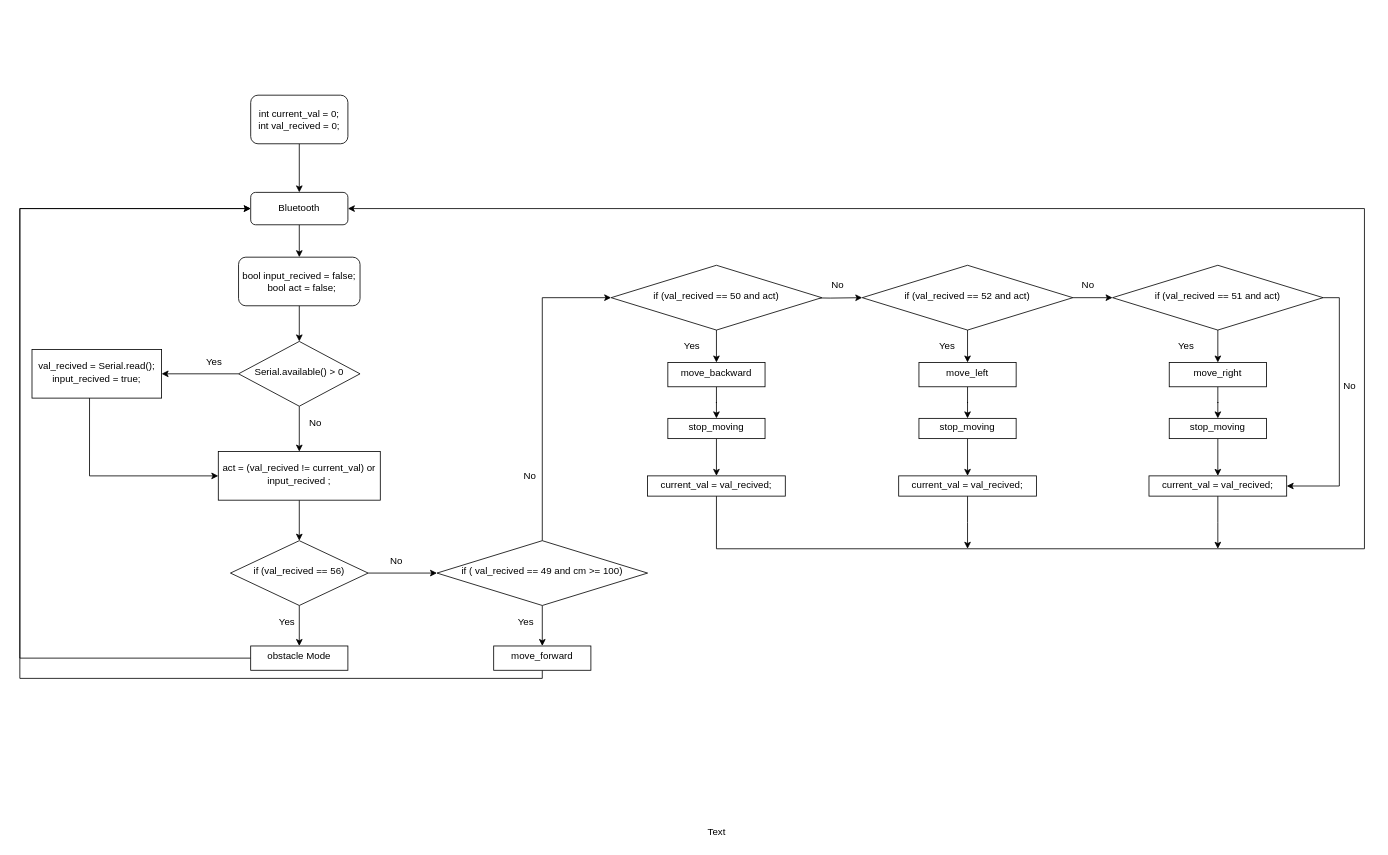
Earlier version of the draw.io diagram page "Bluetooth" (1 of 2) of FlowChart.drawio (akshaykalia-chd/Bluetooth_Obstacle). Source tidied: cells renumbered, new cells numbered last; positions are measured from the earlier drawing's top-left corner, leaving out a move shared by most shapes. Both pictures are drawn from the tidied source at 81%, with x=0, y=0 at pixel (19, 95).
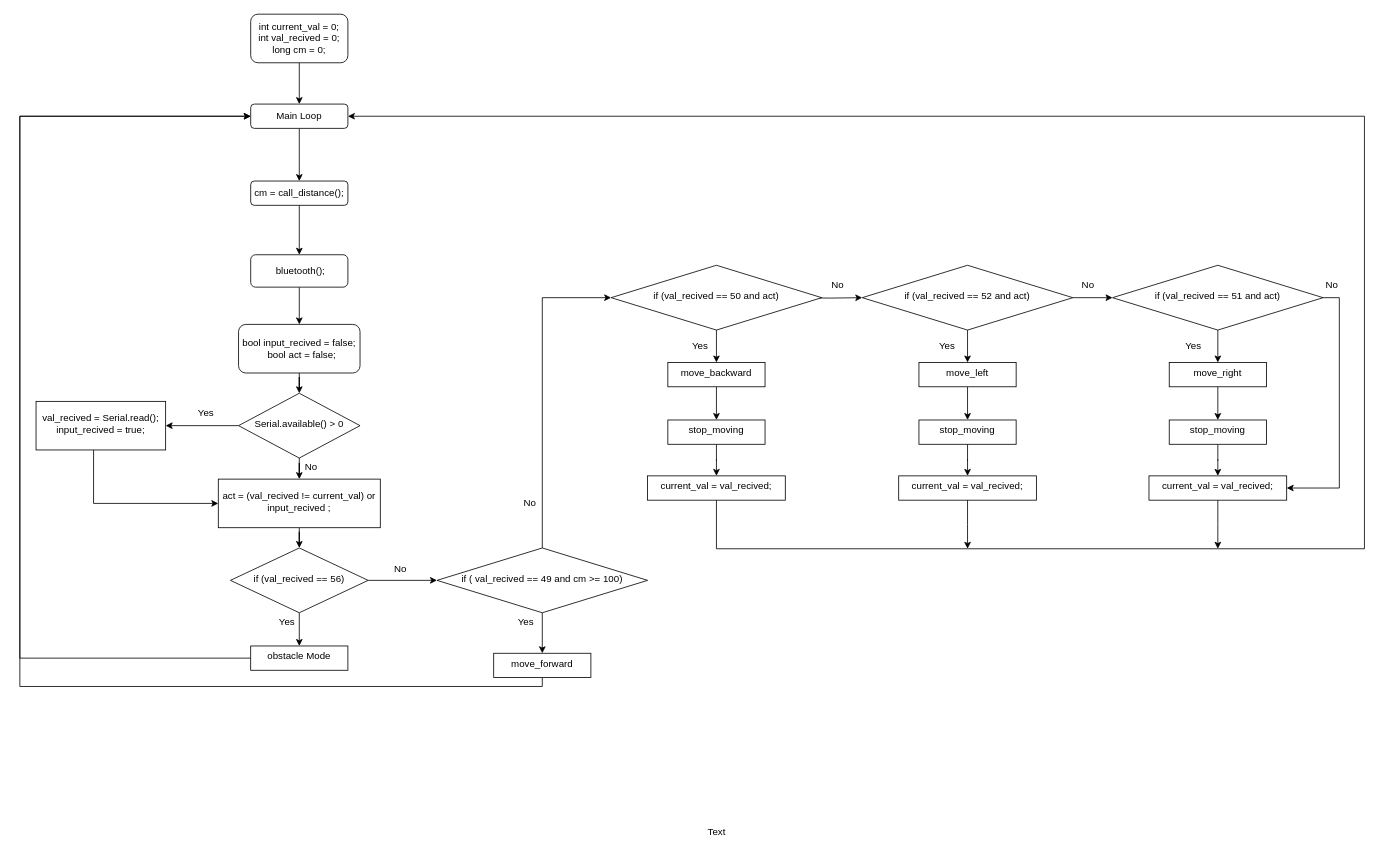
The same page after the edit.

Commit message (it also covers changes not shown here):
Adds Key map and Flow charts

Unchanged cells that the change refers to:
```xml
<mxCell id="21" value="obstacle Mode" style="whiteSpace=wrap;html=1;shadow=0;strokeWidth=1;spacing=6;spacingTop=-4;" parent="1" vertex="1">
  <mxGeometry x="285" y="680" width="120" height="30" as="geometry" />
</mxCell>
```

What changed in the source:
```diff
@@
-    <mxCell id="3" value="Bluetooth" style="rounded=1;whiteSpace=wrap;html=1;fontSize=12;glass=0;strokeWidth=1;shadow=0;" parent="1" vertex="1">
-      <mxGeometry x="285" y="120" width="120" height="40" as="geometry" />
+    <mxCell id="3" value="&amp;nbsp;bluetooth();" style="rounded=1;whiteSpace=wrap;html=1;fontSize=12;glass=0;strokeWidth=1;shadow=0;" parent="1" vertex="1">
+      <mxGeometry x="285" y="197" width="120" height="40" as="geometry" />
     </mxCell>
@@
     <mxCell id="6" value="Serial.available() &amp;gt; 0" style="rhombus;whiteSpace=wrap;html=1;shadow=0;fontFamily=Helvetica;fontSize=12;align=center;strokeWidth=1;spacing=6;spacingTop=-4;" parent="1" vertex="1">
-      <mxGeometry x="270" y="304" width="150" height="80" as="geometry" />
+      <mxGeometry x="270" y="368" width="150" height="80" as="geometry" />
     </mxCell>
@@
     <mxCell id="8" value="&lt;div&gt;bool input_recived = false;&lt;/div&gt;&lt;div&gt;&amp;nbsp; bool act = false;&lt;/div&gt;" style="whiteSpace=wrap;html=1;rounded=1;shadow=0;strokeWidth=1;glass=0;" parent="1" vertex="1">
-      <mxGeometry x="270" y="200" width="150" height="60" as="geometry" />
+      <mxGeometry x="270" y="283" width="150" height="60" as="geometry" />
     </mxCell>
@@
     <mxCell id="10" value="val_recived = Serial.read();&lt;br&gt;input_recived = true;" style="whiteSpace=wrap;html=1;shadow=0;strokeWidth=1;spacing=6;spacingTop=-4;" parent="1" vertex="1">
-      <mxGeometry x="15" y="314" width="160" height="60" as="geometry" />
+      <mxGeometry x="20" y="378" width="160" height="60" as="geometry" />
     </mxCell>
@@
     <mxCell id="12" value="act = (val_recived != current_val) or input_recived ;" style="whiteSpace=wrap;html=1;shadow=0;strokeWidth=1;spacing=6;spacingTop=-4;" parent="1" vertex="1">
-      <mxGeometry x="245" y="440" width="200" height="60" as="geometry" />
+      <mxGeometry x="245" y="474" width="200" height="60" as="geometry" />
     </mxCell>
     <mxCell id="13" value="Yes" style="text;html=1;strokeColor=none;fillColor=none;align=center;verticalAlign=middle;whiteSpace=wrap;rounded=0;" parent="1" vertex="1">
-      <mxGeometry x="210" y="314" width="60" height="30" as="geometry" />
+      <mxGeometry x="200" y="378" width="60" height="30" as="geometry" />
     </mxCell>
     <mxCell id="14" value="No" style="text;html=1;strokeColor=none;fillColor=none;align=center;verticalAlign=middle;whiteSpace=wrap;rounded=0;" parent="1" vertex="1">
-      <mxGeometry x="335" y="390" width="60" height="30" as="geometry" />
+      <mxGeometry x="330" y="444" width="60" height="30" as="geometry" />
     </mxCell>
-    <mxCell id="15" style="edgeStyle=orthogonalEdgeStyle;rounded=0;jettySize=auto;html=1;" parent="1" edge="1" source="16" target="3">
-      <mxGeometry relative="1" as="geometry" />
-    </mxCell>
+    <mxCell id="65" style="edgeStyle=orthogonalEdgeStyle;rounded=0;jettySize=auto;html=1;" parent="1" edge="1" source="16" target="68">
+      <mxGeometry relative="1" as="geometry" />
+    </mxCell>
-    <mxCell id="16" value="int current_val = 0;&lt;br&gt;int val_recived = 0;" style="whiteSpace=wrap;html=1;rounded=1;shadow=0;strokeWidth=1;glass=0;" parent="1" vertex="1">
-      <mxGeometry x="285" width="120" height="60" as="geometry" />
+    <mxCell id="16" value="int current_val = 0;&lt;br&gt;int val_recived = 0;&lt;br&gt;long cm = 0;" style="whiteSpace=wrap;html=1;rounded=1;shadow=0;strokeWidth=1;glass=0;" parent="1" vertex="1">
+      <mxGeometry x="285" y="-100" width="120" height="60" as="geometry" />
     </mxCell>
@@
     <mxCell id="19" value="if (val_recived == 56)" style="rhombus;whiteSpace=wrap;html=1;shadow=0;strokeWidth=1;spacing=6;spacingTop=-4;" parent="1" vertex="1">
-      <mxGeometry x="260" y="550" width="170" height="80" as="geometry" />
+      <mxGeometry x="260" y="559" width="170" height="80" as="geometry" />
     </mxCell>
-    <mxCell id="20" style="edgeStyle=orthogonalEdgeStyle;rounded=0;jettySize=auto;html=1;entryX=0;entryY=0.5;entryDx=0;entryDy=0;" parent="1" edge="1" source="21" target="3">
+    <mxCell id="20" style="edgeStyle=orthogonalEdgeStyle;rounded=0;jettySize=auto;html=1;entryX=0;entryY=0.5;entryDx=0;entryDy=0;" parent="1" edge="1" source="21" target="68">
       <mxGeometry relative="1" as="geometry">
         <Array as="points">
           <mxPoint y="695" />
-          <mxPoint y="140" />
+          <mxPoint y="26" />
         </Array>
       </mxGeometry>
     </mxCell>
@@
     <mxCell id="23" value="No" style="text;html=1;strokeColor=none;fillColor=none;align=center;verticalAlign=middle;whiteSpace=wrap;rounded=0;" parent="1" vertex="1">
-      <mxGeometry x="435" y="560" width="60" height="30" as="geometry" />
+      <mxGeometry x="440" y="570" width="60" height="30" as="geometry" />
     </mxCell>
@@
     <mxCell id="26" value="if ( val_recived == 49 and cm &amp;gt;= 100)" style="rhombus;whiteSpace=wrap;html=1;shadow=0;strokeWidth=1;spacing=6;spacingTop=-4;" parent="1" vertex="1">
-      <mxGeometry x="515" y="550" width="260" height="80" as="geometry" />
+      <mxGeometry x="515" y="559" width="260" height="80" as="geometry" />
     </mxCell>
-    <mxCell id="27" style="edgeStyle=orthogonalEdgeStyle;rounded=0;jettySize=auto;html=1;entryX=0;entryY=0.5;entryDx=0;entryDy=0;" parent="1" edge="1" source="28" target="3">
-      <mxGeometry relative="1" as="geometry">
-        <Array as="points">
-          <mxPoint x="645" y="720" />
-          <mxPoint y="720" />
-          <mxPoint y="140" />
-        </Array>
-      </mxGeometry>
-    </mxCell>
+    <mxCell id="66" style="edgeStyle=orthogonalEdgeStyle;rounded=0;jettySize=auto;html=1;entryX=0;entryY=0.5;entryDx=0;entryDy=0;" parent="1" edge="1" source="28" target="68">
+      <mxGeometry relative="1" as="geometry">
+        <Array as="points">
+          <mxPoint x="645" y="730" />
+          <mxPoint y="730" />
+          <mxPoint y="26" />
+        </Array>
+      </mxGeometry>
+    </mxCell>
     <mxCell id="28" value="move_forward" style="whiteSpace=wrap;html=1;shadow=0;strokeWidth=1;spacing=6;spacingTop=-4;" parent="1" vertex="1">
-      <mxGeometry x="585" y="680" width="120" height="30" as="geometry" />
+      <mxGeometry x="585" y="689" width="120" height="30" as="geometry" />
     </mxCell>
@@
     <mxCell id="35" value="Yes" style="text;html=1;strokeColor=none;fillColor=none;align=center;verticalAlign=middle;whiteSpace=wrap;rounded=0;" parent="1" vertex="1">
-      <mxGeometry x="800" y="295" width="60" height="30" as="geometry" />
+      <mxGeometry x="810" y="295" width="60" height="30" as="geometry" />
     </mxCell>
@@
     <mxCell id="37" value="stop_moving" style="whiteSpace=wrap;html=1;shadow=0;strokeWidth=1;spacing=6;spacingTop=-4;" parent="1" vertex="1">
-      <mxGeometry x="800" y="399" width="120" height="25" as="geometry" />
+      <mxGeometry x="800" y="401" width="120" height="30" as="geometry" />
     </mxCell>
@@
     <mxCell id="45" value="stop_moving" style="whiteSpace=wrap;html=1;shadow=0;strokeWidth=1;spacing=6;spacingTop=-4;" parent="1" vertex="1">
-      <mxGeometry x="1110" y="399" width="120" height="25" as="geometry" />
+      <mxGeometry x="1110" y="401" width="120" height="30" as="geometry" />
     </mxCell>
@@
     <mxCell id="54" value="stop_moving" style="whiteSpace=wrap;html=1;shadow=0;strokeWidth=1;spacing=6;spacingTop=-4;" parent="1" vertex="1">
-      <mxGeometry x="1419" y="399" width="120" height="25" as="geometry" />
+      <mxGeometry x="1419" y="401" width="120" height="30" as="geometry" />
     </mxCell>
-    <mxCell id="55" style="edgeStyle=orthogonalEdgeStyle;rounded=0;jettySize=auto;html=1;entryX=1;entryY=0.5;entryDx=0;entryDy=0;" parent="1" edge="1" source="56" target="3">
+    <mxCell id="55" style="edgeStyle=orthogonalEdgeStyle;rounded=0;jettySize=auto;html=1;entryX=1;entryY=0.5;entryDx=0;entryDy=0;" parent="1" edge="1" source="56" target="68">
       <mxGeometry relative="1" as="geometry">
         <Array as="points">
           <mxPoint x="860" y="560" />
           <mxPoint x="1660" y="560" />
-          <mxPoint x="1660" y="140" />
+          <mxPoint x="1660" y="26" />
         </Array>
       </mxGeometry>
     </mxCell>
     <mxCell id="56" value="current_val = val_recived;" style="whiteSpace=wrap;html=1;shadow=0;strokeWidth=1;spacing=6;spacingTop=-4;" parent="1" vertex="1">
-      <mxGeometry x="775" y="470" width="170" height="25" as="geometry" />
+      <mxGeometry x="775" y="470" width="170" height="30" as="geometry" />
     </mxCell>
@@
     <mxCell id="58" value="current_val = val_recived;" style="whiteSpace=wrap;html=1;shadow=0;strokeWidth=1;spacing=6;spacingTop=-4;" parent="1" vertex="1">
-      <mxGeometry x="1085" y="470" width="170" height="25" as="geometry" />
+      <mxGeometry x="1085" y="470" width="170" height="30" as="geometry" />
     </mxCell>
@@
     <mxCell id="60" value="current_val = val_recived;" style="whiteSpace=wrap;html=1;shadow=0;strokeWidth=1;spacing=6;spacingTop=-4;" parent="1" vertex="1">
-      <mxGeometry x="1394" y="470" width="170" height="25" as="geometry" />
+      <mxGeometry x="1394" y="470" width="170" height="30" as="geometry" />
     </mxCell>
     <mxCell id="61" value="No" style="text;html=1;strokeColor=none;fillColor=none;align=center;verticalAlign=middle;whiteSpace=wrap;rounded=0;" parent="1" vertex="1">
-      <mxGeometry x="600" y="455" width="60" height="30" as="geometry" />
+      <mxGeometry x="600" y="489" width="60" height="30" as="geometry" />
     </mxCell>
     <mxCell id="62" value="Yes" style="text;html=1;strokeColor=none;fillColor=none;align=center;verticalAlign=middle;whiteSpace=wrap;rounded=0;" parent="1" vertex="1">
-      <mxGeometry x="1410" y="295" width="60" height="30" as="geometry" />
+      <mxGeometry x="1419" y="295" width="60" height="30" as="geometry" />
     </mxCell>
     <mxCell id="63" value="No" style="text;html=1;strokeColor=none;fillColor=none;align=center;verticalAlign=middle;whiteSpace=wrap;rounded=0;" parent="1" vertex="1">
-      <mxGeometry x="1612" y="344" width="60" height="30" as="geometry" />
+      <mxGeometry x="1590" y="220" width="60" height="30" as="geometry" />
     </mxCell>
@@
+    <mxCell id="67" style="edgeStyle=orthogonalEdgeStyle;rounded=0;jettySize=auto;html=1;" parent="1" edge="1" source="68" target="70">
+      <mxGeometry relative="1" as="geometry" />
+    </mxCell>
+    <mxCell id="68" value="Main Loop" style="rounded=1;whiteSpace=wrap;html=1;shadow=0;strokeWidth=1;glass=0;" parent="1" vertex="1">
+      <mxGeometry x="285" y="11" width="120" height="30" as="geometry" />
+    </mxCell>
+    <mxCell id="69" style="edgeStyle=orthogonalEdgeStyle;rounded=0;jettySize=auto;html=1;" parent="1" edge="1" source="70" target="3">
+      <mxGeometry relative="1" as="geometry" />
+    </mxCell>
+    <mxCell id="70" value="cm = call_distance();" style="rounded=1;whiteSpace=wrap;html=1;shadow=0;strokeWidth=1;glass=0;" parent="1" vertex="1">
+      <mxGeometry x="285" y="106" width="120" height="30" as="geometry" />
+    </mxCell>
```
